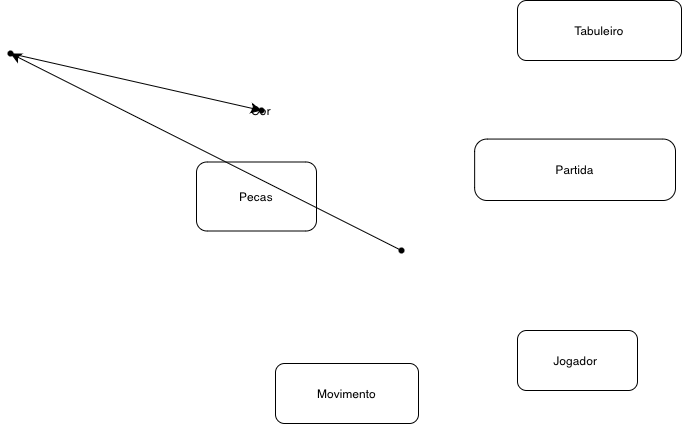
Earlier version of the draw.io export Xadrez .drawio.png (LuizAraujoDevelopper/LBD-Mysql). Source tidied: cells renumbered, new cells last; positions are measured from the earlier drawing's top-left corner, leaving out a move shared by most shapes.
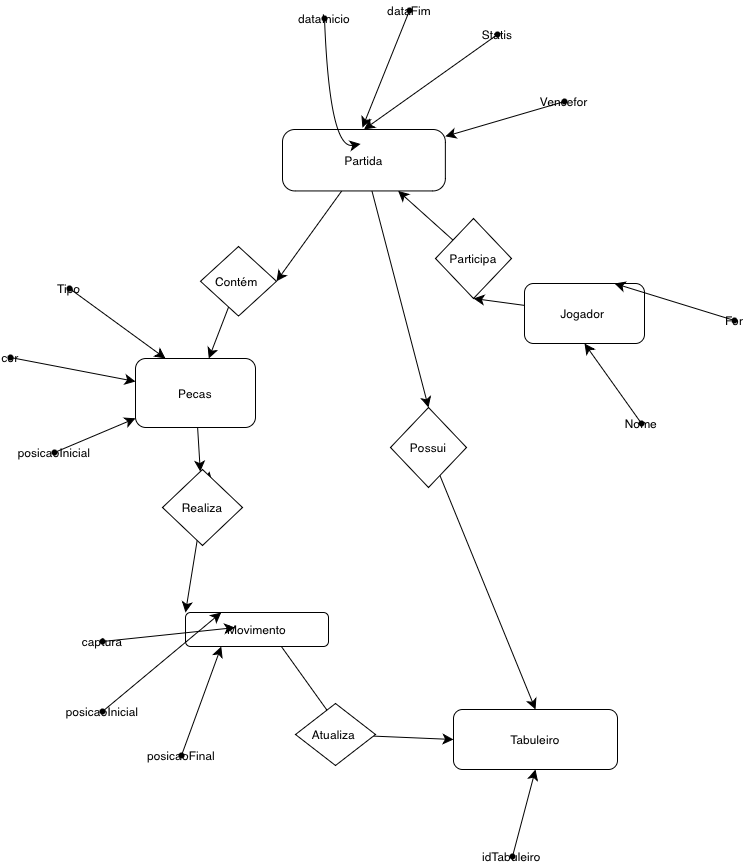
After the change.

What changed in the source:
```diff
@@ -2,35 +2,157 @@
   <root>
     <mxCell id="0" />
     <mxCell id="1" parent="0" />
+    <mxCell id="12" style="edgeStyle=none;curved=1;rounded=0;jettySize=auto;html=1;fontSize=12;startSize=8;endSize=8;" parent="1" edge="1" source="27">
+      <mxGeometry relative="1" as="geometry">
+        <mxPoint x="257" y="237" as="targetPoint" />
+      </mxGeometry>
+    </mxCell>
     <mxCell id="2" value="Pecas" style="rounded=1;whiteSpace=wrap;html=1;" parent="1" vertex="1">
-      <mxGeometry x="196" y="161.5" width="120" height="69" as="geometry" />
+      <mxGeometry x="183" y="124" width="120" height="69" as="geometry" />
     </mxCell>
+    <mxCell id="13" style="edgeStyle=none;curved=1;rounded=0;jettySize=auto;html=1;entryX=0;entryY=0;entryDx=0;entryDy=0;fontSize=12;startSize=8;endSize=8;exitX=0.5;exitY=0;exitDx=0;exitDy=0;" parent="1" edge="1" source="3" target="25">
+      <mxGeometry relative="1" as="geometry" />
+    </mxCell>
     <mxCell id="3" value="Movimento" style="rounded=1;whiteSpace=wrap;html=1;" parent="1" vertex="1">
-      <mxGeometry x="275" y="363" width="143" height="60" as="geometry" />
+      <mxGeometry x="233" y="378" width="143" height="34" as="geometry" />
     </mxCell>
+    <mxCell id="14" style="edgeStyle=none;curved=1;rounded=0;jettySize=auto;html=1;fontSize=12;startSize=8;endSize=8;entryX=1;entryY=0.5;entryDx=0;entryDy=0;" parent="1" edge="1" source="4" target="18">
+      <mxGeometry relative="1" as="geometry" />
+    </mxCell>
     <mxCell id="4" value="Jogador&amp;nbsp;" style="rounded=1;whiteSpace=wrap;html=1;" parent="1" vertex="1">
-      <mxGeometry x="517" y="330" width="120" height="60" as="geometry" />
+      <mxGeometry x="572" y="49" width="120" height="60" as="geometry" />
     </mxCell>
     <mxCell id="5" value="Tabuleiro" style="rounded=1;whiteSpace=wrap;html=1;" parent="1" vertex="1">
-      <mxGeometry x="517" width="164" height="60" as="geometry" />
+      <mxGeometry x="501" y="475" width="164" height="60" as="geometry" />
     </mxCell>
+    <mxCell id="15" style="edgeStyle=none;curved=1;rounded=0;jettySize=auto;html=1;entryX=0.5;entryY=0;entryDx=0;entryDy=0;fontSize=12;startSize=8;endSize=8;" parent="1" edge="1" source="6" target="20">
+      <mxGeometry relative="1" as="geometry" />
+    </mxCell>
+    <mxCell id="16" style="edgeStyle=none;curved=1;rounded=0;jettySize=auto;html=1;entryX=0;entryY=0.5;entryDx=0;entryDy=0;fontSize=12;startSize=8;endSize=8;" parent="1" edge="1" source="6" target="22">
+      <mxGeometry relative="1" as="geometry" />
+    </mxCell>
     <mxCell id="6" value="Partida" style="rounded=1;whiteSpace=wrap;html=1;arcSize=20;rotation=0;" parent="1" vertex="1">
-      <mxGeometry x="474.1" y="138.6" width="200.9" height="61.4" as="geometry" />
+      <mxGeometry x="330" y="-105" width="162.9" height="61.4" as="geometry" />
     </mxCell>
-    <mxCell id="7" style="edgeStyle=none;curved=1;rounded=0;jettySize=auto;html=1;fontSize=12;startSize=8;endSize=8;" parent="1" edge="1" source="8" target="10">
-      <mxGeometry relative="1" as="geometry" />
-    </mxCell>
-    <mxCell id="8" style="shape=waypoint;sketch=0;size=6;points=[];fillColor=none;perimeter=centerPerimeter;snapToPoint=1;" parent="1" vertex="1">
-      <mxGeometry x="391" y="240" width="20" height="20" as="geometry" />
-    </mxCell>
-    <mxCell id="9" style="edgeStyle=none;curved=1;rounded=0;jettySize=auto;html=1;fontSize=12;startSize=8;endSize=8;" parent="1" edge="1" source="10" target="11">
-      <mxGeometry relative="1" as="geometry" />
-    </mxCell>
-    <mxCell id="10" style="shape=waypoint;sketch=0;size=6;points=[];fillColor=none;perimeter=centerPerimeter;snapToPoint=1;" parent="1" vertex="1">
-      <mxGeometry y="43" width="20" height="20" as="geometry" />
-    </mxCell>
-    <mxCell id="11" value="Cor" style="shape=waypoint;sketch=0;size=6;points=[];fillColor=none;perimeter=centerPerimeter;snapToPoint=1;" parent="1" vertex="1">
-      <mxGeometry x="251" y="100" width="20" height="20" as="geometry" />
-    </mxCell>
+    <mxCell id="17" style="edgeStyle=none;curved=1;rounded=0;jettySize=auto;html=1;fontSize=12;startSize=8;endSize=8;" parent="1" edge="1" source="18" target="6">
+      <mxGeometry relative="1" as="geometry" />
+    </mxCell>
+    <mxCell id="18" value="Participa" style="rhombus;whiteSpace=wrap;html=1;direction=south;" parent="1" vertex="1">
+      <mxGeometry x="483" y="-16" width="76" height="80" as="geometry" />
+    </mxCell>
+    <mxCell id="19" style="edgeStyle=none;curved=1;rounded=0;jettySize=auto;html=1;fontSize=12;startSize=8;endSize=8;" parent="1" edge="1" source="20" target="2">
+      <mxGeometry relative="1" as="geometry" />
+    </mxCell>
+    <mxCell id="20" value="Contém&amp;nbsp;" style="rhombus;whiteSpace=wrap;html=1;direction=south;" parent="1" vertex="1">
+      <mxGeometry x="248" y="12" width="76" height="69.6" as="geometry" />
+    </mxCell>
+    <mxCell id="21" style="edgeStyle=none;curved=1;rounded=0;jettySize=auto;html=1;entryX=0.5;entryY=0;entryDx=0;entryDy=0;fontSize=12;startSize=8;endSize=8;" parent="1" edge="1" source="22" target="5">
+      <mxGeometry relative="1" as="geometry" />
+    </mxCell>
+    <mxCell id="22" value="Possui" style="rhombus;whiteSpace=wrap;html=1;direction=south;" parent="1" vertex="1">
+      <mxGeometry x="438" y="173" width="76" height="80" as="geometry" />
+    </mxCell>
+    <mxCell id="23" style="edgeStyle=none;curved=1;rounded=0;jettySize=auto;html=1;entryX=0;entryY=0;entryDx=0;entryDy=0;fontSize=12;startSize=8;endSize=8;" parent="1" edge="1" source="27" target="3">
+      <mxGeometry relative="1" as="geometry" />
+    </mxCell>
+    <mxCell id="24" style="edgeStyle=none;curved=1;rounded=0;jettySize=auto;html=1;fontSize=12;startSize=8;endSize=8;entryX=0;entryY=0.5;entryDx=0;entryDy=0;" parent="1" edge="1" source="25" target="5">
+      <mxGeometry relative="1" as="geometry" />
+    </mxCell>
+    <mxCell id="25" value="Atualiza&amp;nbsp;" style="rhombus;whiteSpace=wrap;html=1;direction=west;" parent="1" vertex="1">
+      <mxGeometry x="343" y="469" width="80" height="62" as="geometry" />
+    </mxCell>
+    <mxCell id="26" style="edgeStyle=none;curved=1;rounded=0;jettySize=auto;html=1;fontSize=12;startSize=8;endSize=8;" parent="1" edge="1" source="2" target="27">
+      <mxGeometry relative="1" as="geometry" />
+    </mxCell>
+    <mxCell id="27" value="Realiza" style="rhombus;whiteSpace=wrap;html=1;direction=west;" parent="1" vertex="1">
+      <mxGeometry x="210" y="235" width="80" height="76" as="geometry" />
+    </mxCell>
+    <mxCell id="28" style="edgeStyle=none;curved=1;rounded=0;jettySize=auto;html=1;fontSize=12;startSize=8;endSize=8;entryX=0.5;entryY=1;entryDx=0;entryDy=0;" parent="1" edge="1" source="29" target="4">
+      <mxGeometry relative="1" as="geometry" />
+    </mxCell>
+    <mxCell id="29" value="Nome" style="shape=waypoint;sketch=0;size=6;points=[];fillColor=none;perimeter=centerPerimeter;snapToPoint=1;" parent="1" vertex="1">
+      <mxGeometry x="679" y="179" width="20" height="20" as="geometry" />
+    </mxCell>
+    <mxCell id="30" style="edgeStyle=none;curved=1;rounded=0;jettySize=auto;html=1;entryX=0.75;entryY=0;entryDx=0;entryDy=0;fontSize=12;startSize=8;endSize=8;" parent="1" edge="1" source="31" target="4">
+      <mxGeometry relative="1" as="geometry" />
+    </mxCell>
+    <mxCell id="31" value="For" style="shape=waypoint;sketch=0;size=6;points=[];fillColor=none;perimeter=centerPerimeter;snapToPoint=1;" parent="1" vertex="1">
+      <mxGeometry x="772" y="76" width="20" height="20" as="geometry" />
+    </mxCell>
+    <mxCell id="32" style="edgeStyle=none;curved=1;rounded=0;jettySize=auto;html=1;entryX=0.5;entryY=0;entryDx=0;entryDy=0;fontSize=12;startSize=8;endSize=8;" parent="1" edge="1" source="33" target="6">
+      <mxGeometry relative="1" as="geometry" />
+    </mxCell>
+    <mxCell id="33" value="Statis" style="shape=waypoint;sketch=0;size=6;points=[];fillColor=none;perimeter=centerPerimeter;snapToPoint=1;" parent="1" vertex="1">
+      <mxGeometry x="535" y="-210" width="20" height="20" as="geometry" />
+    </mxCell>
+    <mxCell id="34" style="edgeStyle=none;curved=1;rounded=0;jettySize=auto;html=1;fontSize=12;startSize=8;endSize=8;" parent="1" edge="1" source="35" target="6">
+      <mxGeometry relative="1" as="geometry" />
+    </mxCell>
+    <mxCell id="35" value="Vencefor" style="shape=waypoint;sketch=0;size=6;points=[];fillColor=none;perimeter=centerPerimeter;snapToPoint=1;" parent="1" vertex="1">
+      <mxGeometry x="602" y="-143" width="20" height="20" as="geometry" />
+    </mxCell>
+    <mxCell id="36" style="edgeStyle=none;curved=1;rounded=0;jettySize=auto;html=1;fontSize=12;startSize=8;endSize=8;" parent="1" edge="1" source="37">
+      <mxGeometry relative="1" as="geometry">
+        <mxPoint x="408.1" y="-90.5" as="targetPoint" />
+        <Array as="points">
+          <mxPoint x="377" y="-85" />
+        </Array>
+      </mxGeometry>
+    </mxCell>
+    <mxCell id="37" value="dataInicio" style="shape=waypoint;sketch=0;size=6;points=[];fillColor=none;perimeter=centerPerimeter;snapToPoint=1;" parent="1" vertex="1">
+      <mxGeometry x="362" y="-226" width="20" height="20" as="geometry" />
+    </mxCell>
+    <mxCell id="38" style="edgeStyle=none;curved=1;rounded=0;jettySize=auto;html=1;fontSize=12;startSize=8;endSize=8;" parent="1" edge="1" source="39">
+      <mxGeometry relative="1" as="geometry">
+        <mxPoint x="409.9" y="-106.9" as="targetPoint" />
+      </mxGeometry>
+    </mxCell>
+    <mxCell id="39" value="dataFim" style="shape=waypoint;sketch=0;size=6;points=[];fillColor=none;perimeter=centerPerimeter;snapToPoint=1;" parent="1" vertex="1">
+      <mxGeometry x="447" y="-234" width="20" height="20" as="geometry" />
+    </mxCell>
+    <mxCell id="40" style="edgeStyle=none;curved=1;rounded=0;jettySize=auto;html=1;fontSize=12;startSize=8;endSize=8;" parent="1" edge="1" source="41" target="2">
+      <mxGeometry relative="1" as="geometry" />
+    </mxCell>
+    <mxCell id="41" value="cor" style="shape=waypoint;sketch=0;size=6;points=[];fillColor=none;perimeter=centerPerimeter;snapToPoint=1;" parent="1" vertex="1">
+      <mxGeometry x="48" y="113" width="20" height="20" as="geometry" />
+    </mxCell>
+    <mxCell id="42" style="edgeStyle=none;curved=1;rounded=0;jettySize=auto;html=1;fontSize=12;startSize=8;endSize=8;" parent="1" edge="1" source="43" target="2">
+      <mxGeometry relative="1" as="geometry" />
+    </mxCell>
+    <mxCell id="43" value="posicaoInicial" style="shape=waypoint;sketch=0;size=6;points=[];fillColor=none;perimeter=centerPerimeter;snapToPoint=1;" parent="1" vertex="1">
+      <mxGeometry x="92" y="208" width="20" height="20" as="geometry" />
+    </mxCell>
+    <mxCell id="44" style="edgeStyle=none;curved=1;rounded=0;jettySize=auto;html=1;entryX=0.25;entryY=0;entryDx=0;entryDy=0;fontSize=12;startSize=8;endSize=8;" parent="1" edge="1" source="45" target="2">
+      <mxGeometry relative="1" as="geometry" />
+    </mxCell>
+    <mxCell id="45" value="Tipo" style="shape=waypoint;sketch=0;size=6;points=[];fillColor=none;perimeter=centerPerimeter;snapToPoint=1;" parent="1" vertex="1">
+      <mxGeometry x="107" y="44" width="20" height="20" as="geometry" />
+    </mxCell>
+    <mxCell id="46" style="edgeStyle=none;curved=1;rounded=0;jettySize=auto;html=1;entryX=0.25;entryY=0;entryDx=0;entryDy=0;fontSize=12;startSize=8;endSize=8;" parent="1" edge="1" source="47" target="3">
+      <mxGeometry relative="1" as="geometry" />
+    </mxCell>
+    <mxCell id="47" value="posicaoInicial" style="shape=waypoint;sketch=0;size=6;points=[];fillColor=none;perimeter=centerPerimeter;snapToPoint=1;" parent="1" vertex="1">
+      <mxGeometry x="140" y="467" width="20" height="20" as="geometry" />
+    </mxCell>
+    <mxCell id="48" style="edgeStyle=none;curved=1;rounded=0;jettySize=auto;html=1;fontSize=12;startSize=8;endSize=8;entryX=0.25;entryY=1;entryDx=0;entryDy=0;" parent="1" edge="1" source="49" target="3">
+      <mxGeometry relative="1" as="geometry" />
+    </mxCell>
+    <mxCell id="49" value="posicaoFinal" style="shape=waypoint;sketch=0;size=6;points=[];fillColor=none;perimeter=centerPerimeter;snapToPoint=1;" parent="1" vertex="1">
+      <mxGeometry x="219" y="511" width="20" height="20" as="geometry" />
+    </mxCell>
+    <mxCell id="50" style="edgeStyle=none;curved=1;rounded=0;jettySize=auto;html=1;fontSize=12;startSize=8;endSize=8;" parent="1" edge="1" source="51">
+      <mxGeometry relative="1" as="geometry">
+        <mxPoint x="282.6" y="393.1" as="targetPoint" />
+      </mxGeometry>
+    </mxCell>
+    <mxCell id="51" value="captura" style="shape=waypoint;sketch=0;size=6;points=[];fillColor=none;perimeter=centerPerimeter;snapToPoint=1;" parent="1" vertex="1">
+      <mxGeometry x="140" y="397" width="20" height="20" as="geometry" />
+    </mxCell>
+    <mxCell id="52" style="edgeStyle=none;curved=1;rounded=0;jettySize=auto;html=1;entryX=0.5;entryY=1;entryDx=0;entryDy=0;fontSize=12;startSize=8;endSize=8;" parent="1" edge="1" source="53" target="5">
+      <mxGeometry relative="1" as="geometry" />
+    </mxCell>
+    <mxCell id="53" value="idTabuleiro" style="shape=waypoint;sketch=0;size=6;points=[];fillColor=none;perimeter=centerPerimeter;snapToPoint=1;" parent="1" vertex="1">
+      <mxGeometry x="550" y="612" width="20" height="20" as="geometry" />
+    </mxCell>
   </root>
 </mxGraphModel>
```
